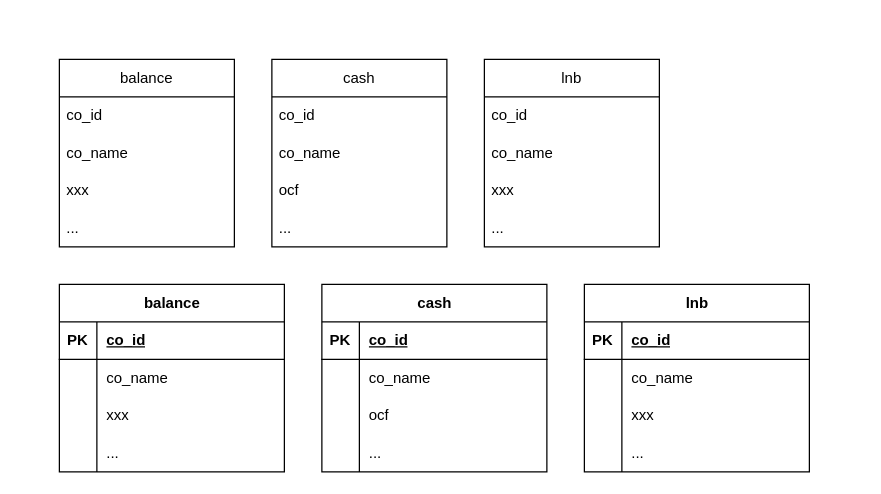
Before: 未命名绘图.drawio in tanya1019333/hyperautomation, a draw.io diagram. Source tidied: cells renumbered, new cells numbered last; positions are measured from the earlier drawing's top-left corner, leaving out a move shared by most shapes. Both pictures are drawn from the tidied source at 125%, with x=0, y=0 at pixel (59, 59).
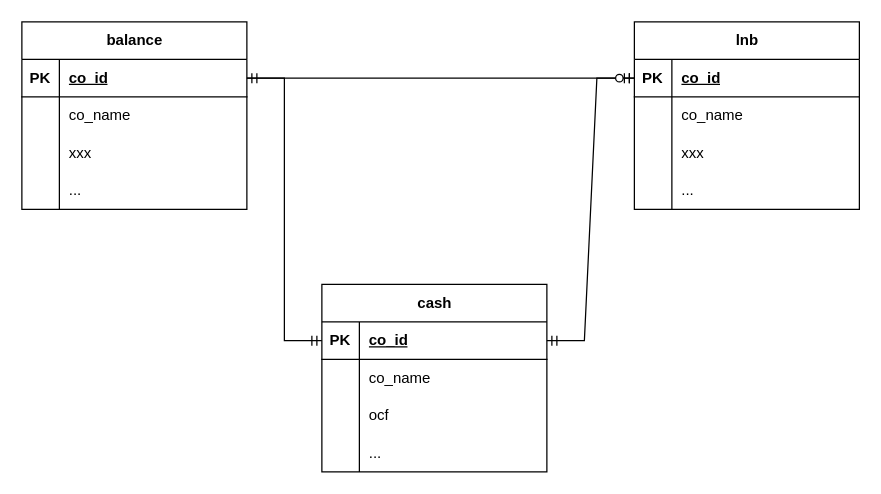
The same diagram, later.

The change refers to these unchanged cells:
```xml
<mxCell id="18" style="shape=tableRow;horizontal=0;startSize=0;swimlaneHead=0;swimlaneBody=0;fillColor=none;points=[[0,0.5],[1,0.5]];portConstraint=eastwest;top=0;left=0;right=0;bottom=1;" parent="17" vertex="1">
  <mxGeometry y="30" width="180" height="30" as="geometry" />
</mxCell>
<mxCell id="31" style="shape=tableRow;horizontal=0;startSize=0;swimlaneHead=0;swimlaneBody=0;fillColor=none;points=[[0,0.5],[1,0.5]];portConstraint=eastwest;top=0;left=0;right=0;bottom=1;" parent="30" vertex="1">
  <mxGeometry y="30" width="180" height="30" as="geometry" />
</mxCell>
<mxCell id="44" style="shape=tableRow;horizontal=0;startSize=0;swimlaneHead=0;swimlaneBody=0;fillColor=none;points=[[0,0.5],[1,0.5]];portConstraint=eastwest;top=0;left=0;right=0;bottom=1;" parent="43" vertex="1">
  <mxGeometry y="30" width="180" height="30" as="geometry" />
</mxCell>
```

Change to the diagram source:
```diff
@@
-    <mxCell id="2" value="balance" style="swimlane;fontStyle=0;horizontal=1;startSize=30;whiteSpace=wrap;html=1;" parent="1" vertex="1">
-      <mxGeometry width="140" height="150" as="geometry" />
-    </mxCell>
-    <mxCell id="3" value="co_id" style="text;strokeColor=none;fillColor=none;align=left;verticalAlign=middle;spacingLeft=4;spacingRight=4;overflow=hidden;whiteSpace=wrap;html=1;" parent="2" vertex="1">
-      <mxGeometry y="30" width="140" height="30" as="geometry" />
-    </mxCell>
-    <mxCell id="4" value="co_name" style="text;strokeColor=none;fillColor=none;align=left;verticalAlign=middle;spacingLeft=4;spacingRight=4;overflow=hidden;whiteSpace=wrap;html=1;" parent="2" vertex="1">
-      <mxGeometry y="60" width="140" height="30" as="geometry" />
-    </mxCell>
-    <mxCell id="5" value="xxx" style="text;strokeColor=none;fillColor=none;align=left;verticalAlign=middle;spacingLeft=4;spacingRight=4;overflow=hidden;whiteSpace=wrap;html=1;" parent="2" vertex="1">
-      <mxGeometry y="90" width="140" height="30" as="geometry" />
-    </mxCell>
-    <mxCell id="6" value="..." style="text;strokeColor=none;fillColor=none;align=left;verticalAlign=middle;spacingLeft=4;spacingRight=4;overflow=hidden;whiteSpace=wrap;html=1;" parent="2" vertex="1">
-      <mxGeometry y="120" width="140" height="30" as="geometry" />
-    </mxCell>
-    <mxCell id="7" value="cash" style="swimlane;fontStyle=0;horizontal=1;startSize=30;whiteSpace=wrap;html=1;" parent="1" vertex="1">
-      <mxGeometry x="170" width="140" height="150" as="geometry" />
-    </mxCell>
-    <mxCell id="8" value="co_id" style="text;strokeColor=none;fillColor=none;align=left;verticalAlign=middle;spacingLeft=4;spacingRight=4;overflow=hidden;whiteSpace=wrap;html=1;" parent="7" vertex="1">
-      <mxGeometry y="30" width="140" height="30" as="geometry" />
-    </mxCell>
-    <mxCell id="9" value="co_name" style="text;strokeColor=none;fillColor=none;align=left;verticalAlign=middle;spacingLeft=4;spacingRight=4;overflow=hidden;whiteSpace=wrap;html=1;" parent="7" vertex="1">
-      <mxGeometry y="60" width="140" height="30" as="geometry" />
-    </mxCell>
-    <mxCell id="10" value="ocf" style="text;strokeColor=none;fillColor=none;align=left;verticalAlign=middle;spacingLeft=4;spacingRight=4;overflow=hidden;whiteSpace=wrap;html=1;" parent="7" vertex="1">
-      <mxGeometry y="90" width="140" height="30" as="geometry" />
-    </mxCell>
-    <mxCell id="11" value="..." style="text;strokeColor=none;fillColor=none;align=left;verticalAlign=middle;spacingLeft=4;spacingRight=4;overflow=hidden;whiteSpace=wrap;html=1;" parent="7" vertex="1">
-      <mxGeometry y="120" width="140" height="30" as="geometry" />
-    </mxCell>
-    <mxCell id="12" value="lnb" style="swimlane;fontStyle=0;horizontal=1;startSize=30;whiteSpace=wrap;html=1;" parent="1" vertex="1">
-      <mxGeometry x="340" width="140" height="150" as="geometry" />
-    </mxCell>
-    <mxCell id="13" value="co_id" style="text;strokeColor=none;fillColor=none;align=left;verticalAlign=middle;spacingLeft=4;spacingRight=4;overflow=hidden;whiteSpace=wrap;html=1;" parent="12" vertex="1">
-      <mxGeometry y="30" width="140" height="30" as="geometry" />
-    </mxCell>
-    <mxCell id="14" value="co_name" style="text;strokeColor=none;fillColor=none;align=left;verticalAlign=middle;spacingLeft=4;spacingRight=4;overflow=hidden;whiteSpace=wrap;html=1;" parent="12" vertex="1">
-      <mxGeometry y="60" width="140" height="30" as="geometry" />
-    </mxCell>
-    <mxCell id="15" value="xxx" style="text;strokeColor=none;fillColor=none;align=left;verticalAlign=middle;spacingLeft=4;spacingRight=4;overflow=hidden;whiteSpace=wrap;html=1;" parent="12" vertex="1">
-      <mxGeometry y="90" width="140" height="30" as="geometry" />
-    </mxCell>
-    <mxCell id="16" value="..." style="text;strokeColor=none;fillColor=none;align=left;verticalAlign=middle;spacingLeft=4;spacingRight=4;overflow=hidden;whiteSpace=wrap;html=1;" parent="12" vertex="1">
-      <mxGeometry y="120" width="140" height="30" as="geometry" />
-    </mxCell>
     <mxCell id="17" value="balance" style="shape=table;startSize=30;childLayout=tableLayout;rowLines=0;fontStyle=1;align=center;html=1;" parent="1" vertex="1">
-      <mxGeometry y="180" width="180" height="150" as="geometry" />
+      <mxGeometry x="-30" y="-30" width="180" height="150" as="geometry" />
     </mxCell>
@@
     <mxCell id="43" value="lnb" style="shape=table;startSize=30;childLayout=tableLayout;rowLines=0;fontStyle=1;align=center;html=1;" parent="1" vertex="1">
-      <mxGeometry x="420" y="180" width="180" height="150" as="geometry" />
+      <mxGeometry x="460" y="-30" width="180" height="150" as="geometry" />
     </mxCell>
@@
+    <mxCell id="56" style="edgeStyle=entityRelationEdgeStyle;fontSize=12;html=1;endArrow=ERmandOne;startArrow=ERmandOne;rounded=0;" parent="1" edge="1" source="31" target="44">
+      <mxGeometry relative="1" as="geometry" />
+    </mxCell>
+    <mxCell id="57" style="edgeStyle=entityRelationEdgeStyle;fontSize=12;html=1;endArrow=ERmandOne;startArrow=ERmandOne;rounded=0;entryX=0;entryY=0.5;entryDx=0;entryDy=0;" parent="1" edge="1" source="18" target="31">
+      <mxGeometry relative="1" as="geometry" />
+    </mxCell>
+    <mxCell id="58" style="edgeStyle=entityRelationEdgeStyle;fontSize=12;html=1;endArrow=ERzeroToOne;endFill=1;rounded=0;" parent="1" edge="1" source="18" target="44">
+      <mxGeometry relative="1" as="geometry" />
+    </mxCell>
```
